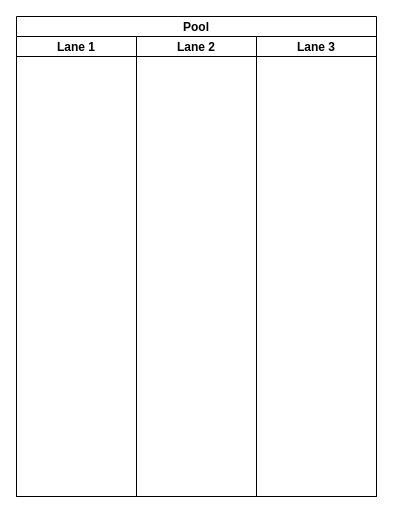
The draw.io diagram page "Page-2" (2 of 2) of 增量是否有版权.drawio in songmulin/rr-business, before the edit. Source tidied: cells renumbered, new cells numbered last; positions are measured from the earlier drawing's top-left corner, leaving out a move shared by most shapes. Both pictures are drawn from the tidied source at 100%, with x=0, y=0 at pixel (16, 16).
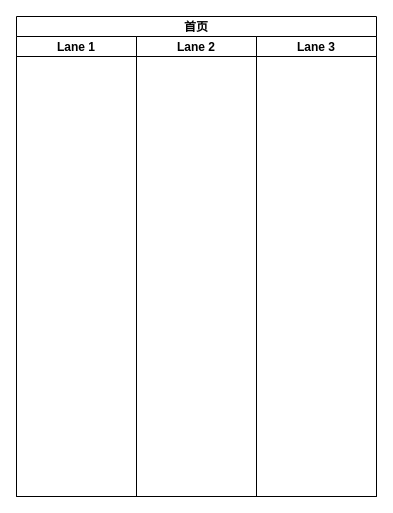
Above is the later version.

Change to the diagram source:
```diff
@@
 <mxGraphModel>
   <root>
     <mxCell id="0" />
     <mxCell id="1" parent="0" />
-    <mxCell id="2" value="Pool" style="swimlane;startSize=20;hachureGap=4;" parent="1" vertex="1">
+    <mxCell id="2" value="首页" style="swimlane;startSize=20;hachureGap=4;" parent="1" vertex="1">
       <mxGeometry width="360" height="480" as="geometry" />
     </mxCell>
     <mxCell id="3" value="Lane 1" style="swimlane;startSize=20;" parent="2" vertex="1">
       <mxGeometry y="20" width="120" height="460" as="geometry" />
     </mxCell>
     <mxCell id="4" value="Lane 2" style="swimlane;startSize=20;" parent="2" vertex="1">
       <mxGeometry x="120" y="20" width="120" height="460" as="geometry" />
     </mxCell>
     <mxCell id="5" value="Lane 3" style="swimlane;startSize=20;" parent="2" vertex="1">
       <mxGeometry x="240" y="20" width="120" height="460" as="geometry" />
     </mxCell>
   </root>
 </mxGraphModel>
```
